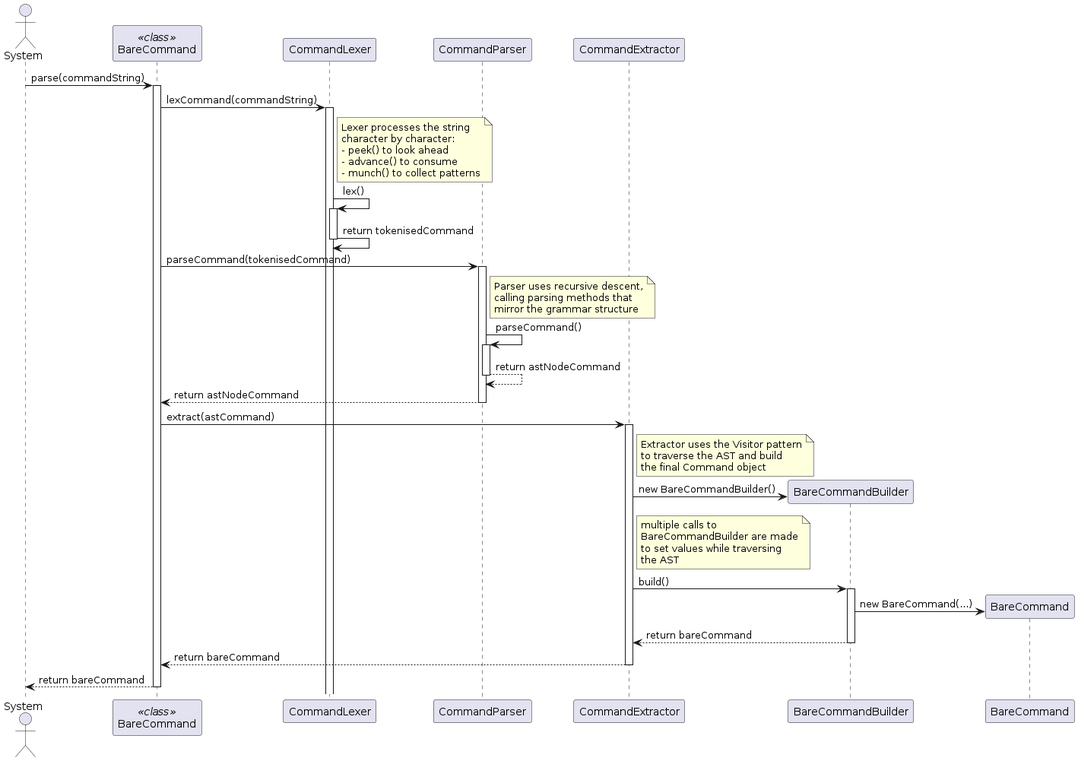
Above: diagrams/assembly/RecognitionSequence.png in AY2526S1-CS2103T-T13-2/tp (PlantUML), before the change. Its source is kept beside it as diagrams/assembly/RecognitionSequence.puml.
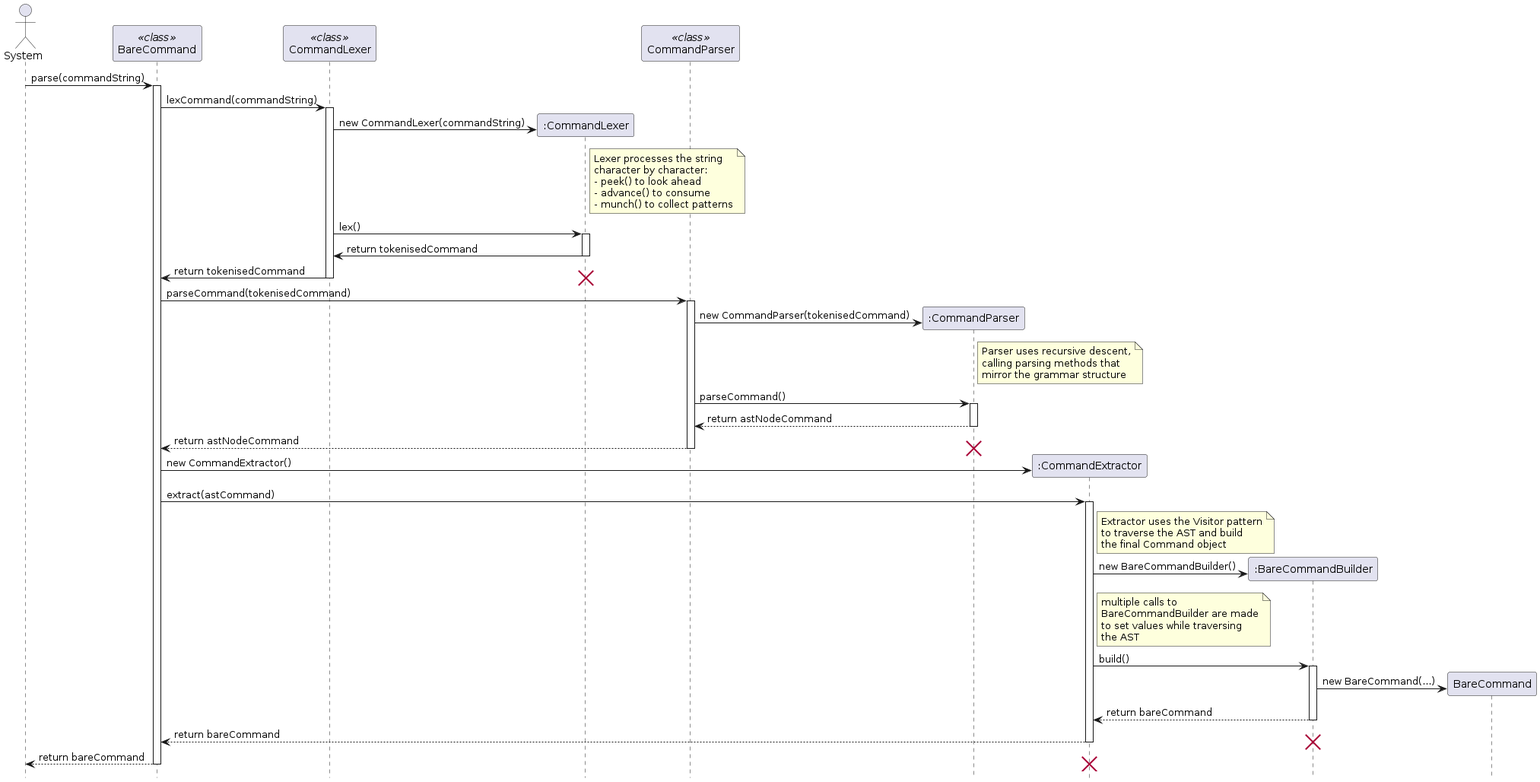
After the change.

What changed in the source:
```diff
@@ -1,16 +1,23 @@
 @startuml
+hide footbox
 actor System
 participant "BareCommand" as Cmd <<class>>
-participant "CommandLexer" as Lexer
-participant "CommandParser" as Parser
-participant "CommandExtractor" as Extractor
-participant "BareCommandBuilder" as Builder
+participant "CommandLexer" as LexerClass <<class>>
+participant ":CommandLexer" as Lexer
+participant "CommandParser" as ParserClass <<class>>
+participant ":CommandParser" as Parser
+participant ":CommandExtractor" as Extractor
+participant ":BareCommandBuilder" as Builder
 
 System -> Cmd: parse(commandString)
 activate Cmd
 
-Cmd -> Lexer: lexCommand(commandString)
-activate Lexer
+Cmd -> LexerClass: lexCommand(commandString)
+activate LexerClass
+
+create Lexer
+
+LexerClass -> Lexer: new CommandLexer(commandString)
 
 note right of Lexer
   Lexer processes the string
@@ -20,14 +27,21 @@
   - munch() to collect patterns
 end note
 
-Lexer -> Lexer: lex()
+LexerClass -> Lexer: lex()
 activate Lexer
 
-Lexer -> Lexer: return tokenisedCommand
+Lexer -> LexerClass: return tokenisedCommand
 deactivate Lexer
 
-Cmd -> Parser: parseCommand(tokenisedCommand)
-activate Parser
+LexerClass -> Cmd: return tokenisedCommand
+deactivate LexerClass
+destroy Lexer
+
+Cmd -> ParserClass: parseCommand(tokenisedCommand)
+activate ParserClass
+
+create Parser
+ParserClass -> Parser: new CommandParser(tokenisedCommand)
 
 note right of Parser
   Parser uses recursive descent,
@@ -35,14 +49,18 @@
   mirror the grammar structure
 end note
 
-Parser -> Parser: parseCommand()
+ParserClass -> Parser: parseCommand()
 activate Parser
 
-Parser --> Parser: return astNodeCommand
+Parser --> ParserClass: return astNodeCommand
 deactivate Parser
 
-Parser --> Cmd: return astNodeCommand
-deactivate Parser
+ParserClass --> Cmd: return astNodeCommand
+deactivate ParserClass
+destroy Parser
+
+create Extractor
+Cmd -> Extractor: new CommandExtractor()
 
 Cmd -> Extractor: extract(astCommand)
 activate Extractor
@@ -72,8 +90,10 @@
 
 Extractor --> Cmd: return bareCommand
 deactivate Extractor
+destroy Builder
 
 Cmd --> System: return bareCommand
 deactivate Cmd
+destroy Extractor
 
 @enduml
```
